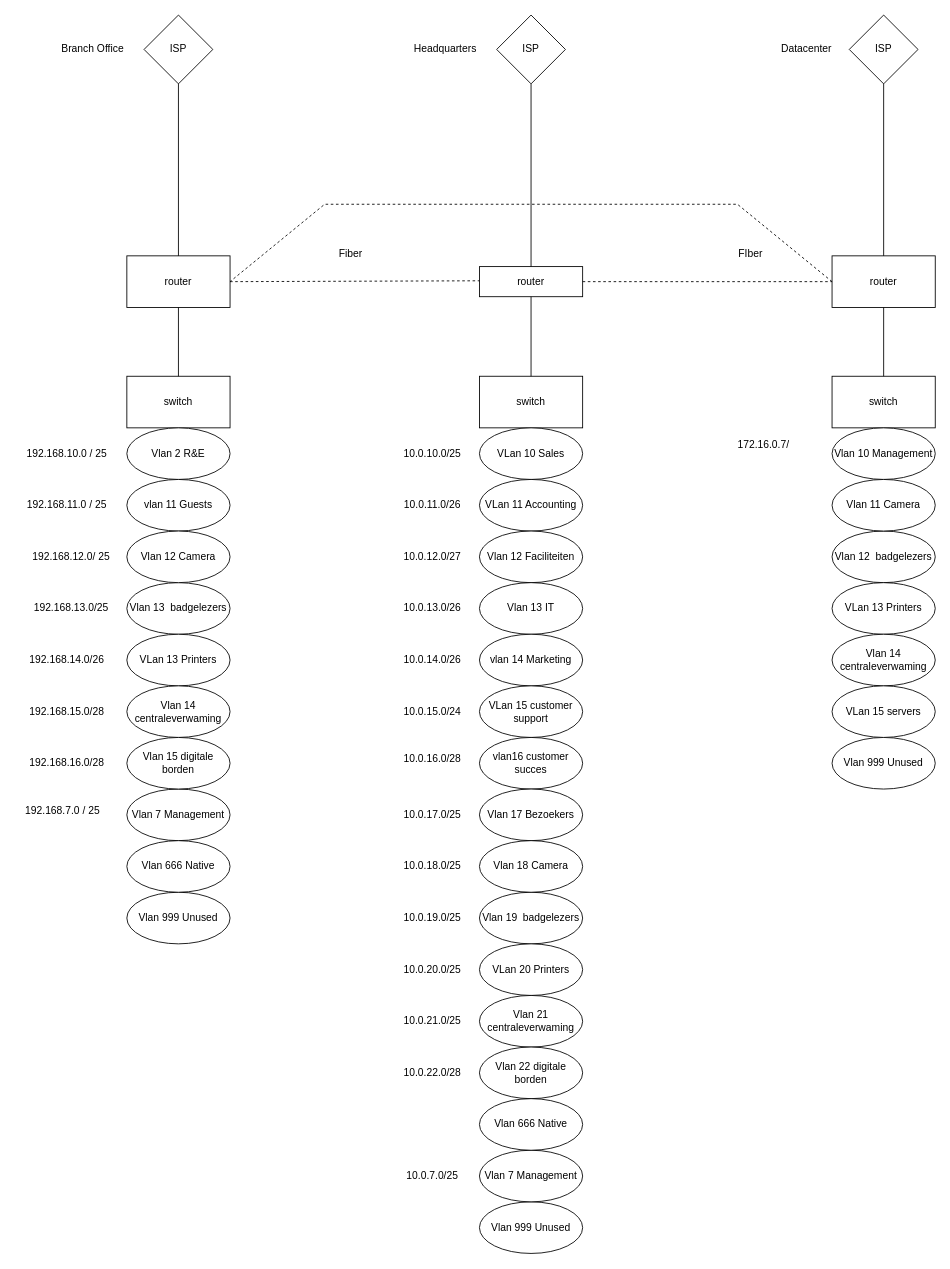
Earlier version of the draw.io diagram ENSW.drawio (robbeabe/CCNA3). Source tidied: cells renumbered, new cells numbered last; positions are measured from the earlier drawing's top-left corner, leaving out a move shared by most shapes. Both pictures are drawn from the tidied source at 86%, with x=0, y=0 at pixel (15, 15).
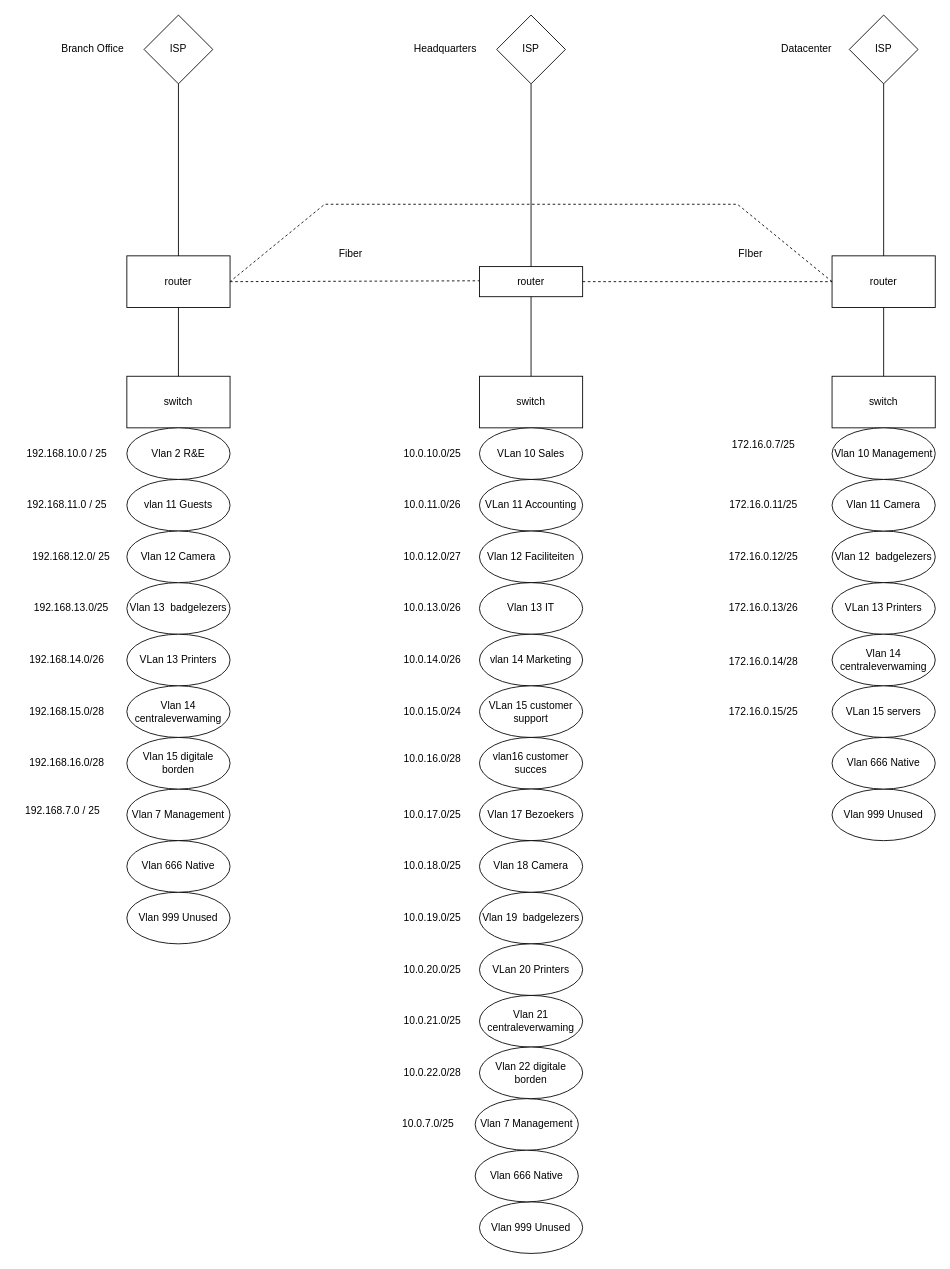
The same page after the edit.

What changed in the source:
```diff
@@
     <mxCell id="19" value="Vlan 7 Management" style="ellipse;whiteSpace=wrap;html=1;" parent="1" vertex="1">
-      <mxGeometry x="540" y="1320" width="120" height="60" as="geometry" />
+      <mxGeometry x="535" y="1260" width="120" height="60" as="geometry" />
     </mxCell>
@@
     <mxCell id="47" value="Vlan 666 Native" style="ellipse;whiteSpace=wrap;html=1;" parent="1" vertex="1">
-      <mxGeometry x="540" y="1260" width="120" height="60" as="geometry" />
+      <mxGeometry x="535" y="1320" width="120" height="60" as="geometry" />
     </mxCell>
@@
     <mxCell id="49" value="&lt;span style=&quot;&quot;&gt;Vlan 999 Unused&lt;/span&gt;" style="ellipse;whiteSpace=wrap;html=1;" parent="1" vertex="1">
-      <mxGeometry x="950" y="840" width="120" height="60" as="geometry" />
+      <mxGeometry x="950" y="900" width="120" height="60" as="geometry" />
     </mxCell>
@@
     <mxCell id="68" value="10.0.7.0/25" style="text;html=1;align=center;verticalAlign=middle;strokeColor=none;fillColor=none;" parent="1" vertex="1">
-      <mxGeometry x="445" y="1335" width="80" height="30" as="geometry" />
+      <mxGeometry x="440" y="1275" width="80" height="30" as="geometry" />
     </mxCell>
@@
-    <mxCell id="77" value="172.16.0.7/" style="text;html=1;align=center;verticalAlign=middle;strokeColor=none;fillColor=none;" parent="1" vertex="1">
-      <mxGeometry x="830" y="485" width="80" height="30" as="geometry" />
+    <mxCell id="77" value="172.16.0.7/25" style="text;html=1;align=center;verticalAlign=middle;strokeColor=none;fillColor=none;" parent="1" vertex="1">
+      <mxGeometry x="820" y="485" width="100" height="30" as="geometry" />
     </mxCell>
@@
+    <mxCell id="81" value="172.16.0.11/25" style="text;html=1;align=center;verticalAlign=middle;strokeColor=none;fillColor=none;" parent="1" vertex="1">
+      <mxGeometry x="820" y="555" width="100" height="30" as="geometry" />
+    </mxCell>
+    <mxCell id="82" value="172.16.0.12/25" style="text;html=1;align=center;verticalAlign=middle;strokeColor=none;fillColor=none;" parent="1" vertex="1">
+      <mxGeometry x="820" y="615" width="100" height="30" as="geometry" />
+    </mxCell>
+    <mxCell id="83" value="172.16.0.13/26" style="text;html=1;align=center;verticalAlign=middle;strokeColor=none;fillColor=none;" parent="1" vertex="1">
+      <mxGeometry x="820" y="675" width="100" height="30" as="geometry" />
+    </mxCell>
+    <mxCell id="84" value="172.16.0.14/28" style="text;html=1;align=center;verticalAlign=middle;strokeColor=none;fillColor=none;" parent="1" vertex="1">
+      <mxGeometry x="820" y="737" width="100" height="30" as="geometry" />
+    </mxCell>
+    <mxCell id="85" value="172.16.0.15/25" style="text;html=1;align=center;verticalAlign=middle;strokeColor=none;fillColor=none;" parent="1" vertex="1">
+      <mxGeometry x="820" y="795" width="100" height="30" as="geometry" />
+    </mxCell>
+    <mxCell id="86" value="&lt;span style=&quot;&quot;&gt;Vlan 666 Native&lt;/span&gt;" style="ellipse;whiteSpace=wrap;html=1;" parent="1" vertex="1">
+      <mxGeometry x="950" y="840" width="120" height="60" as="geometry" />
+    </mxCell>
```
